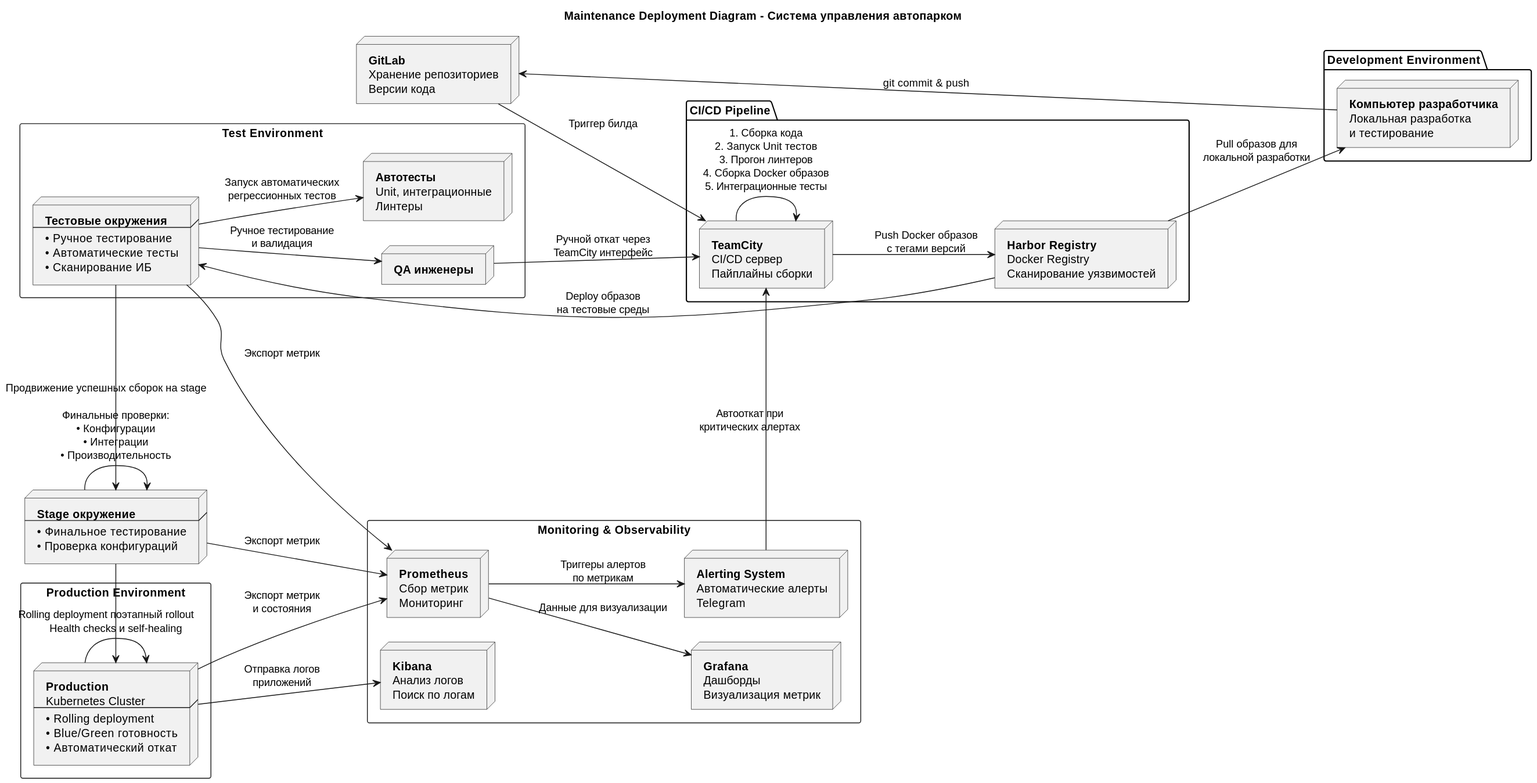
Above: 2. Технический проект/maintenance_deployment.svg in arsengevorgyan13/TRPO (PlantUML), before the change.
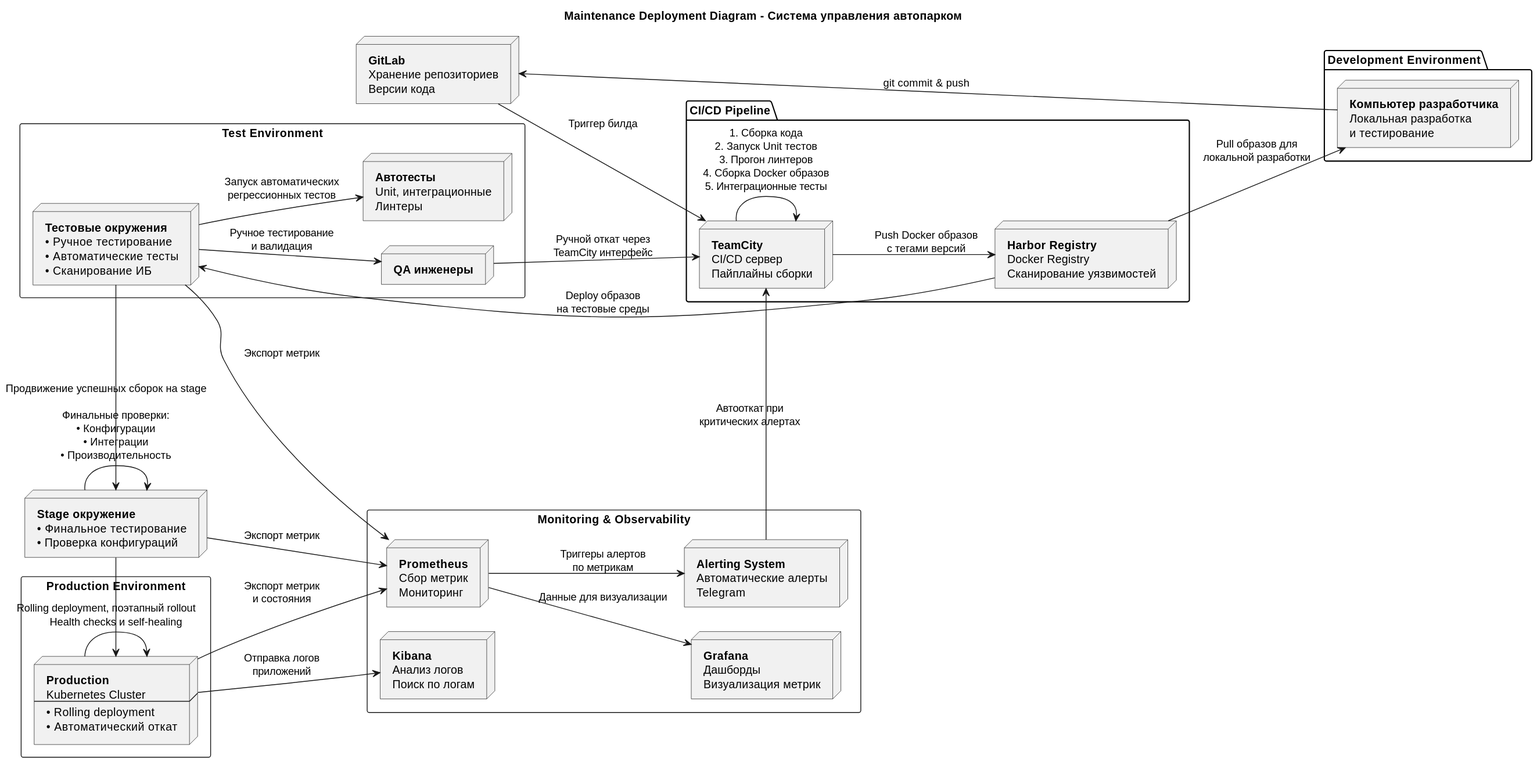
Above is the later version.

Diff of the diagram source:
```diff
@@ -35,7 +35,6 @@
 package "Test Environment" <<Rectangle>> {
   node test_envs [
     **Тестовые окружения**
-    ----
     • Ручное тестирование
     • Автоматические тесты
     • Сканирование ИБ
@@ -54,7 +53,6 @@
 
 node stage_env [
   **Stage окружение**
-  ----
   • Финальное тестирование
   • Проверка конфигураций
 ]
@@ -65,7 +63,6 @@
     Kubernetes Cluster
     ----
     • Rolling deployment
-    • Blue/Green готовность
     • Автоматический откат
   ]
 }
@@ -109,7 +106,7 @@
 test_envs --> stage_env : "Продвижение успешных сборок на stage"
 stage_env --> stage_env : "\n\n\n\n\n\nФинальные проверки:\n• Конфигурации\n• Интеграции\n• Производительность"
 
-stage_env --> prod_env : "Rolling deployment поэтапный rollout"
+stage_env --> prod_env : "Rolling deployment, поэтапный rollout"
 
 test_envs --> prometheus : "Экспорт метрик"
 stage_env --> prometheus : "Экспорт метрик"
```
